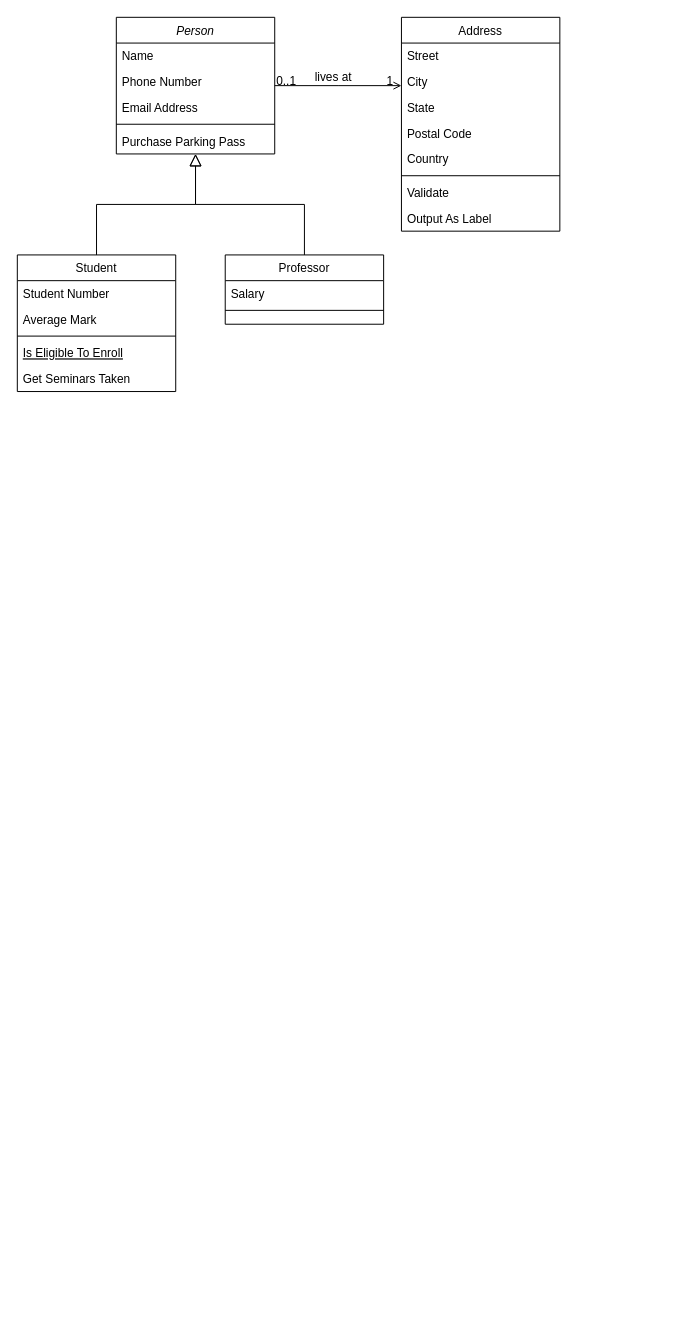
Earlier version of the draw.io diagram 未命名绘图.drawio (CrystalParaboy/cmu15445). Source tidied: cells renumbered, new cells numbered last; positions are measured from the earlier drawing's top-left corner, leaving out a move shared by most shapes. Both pictures are drawn from the tidied source at 99%, with x=0, y=0 at pixel (17, 17).
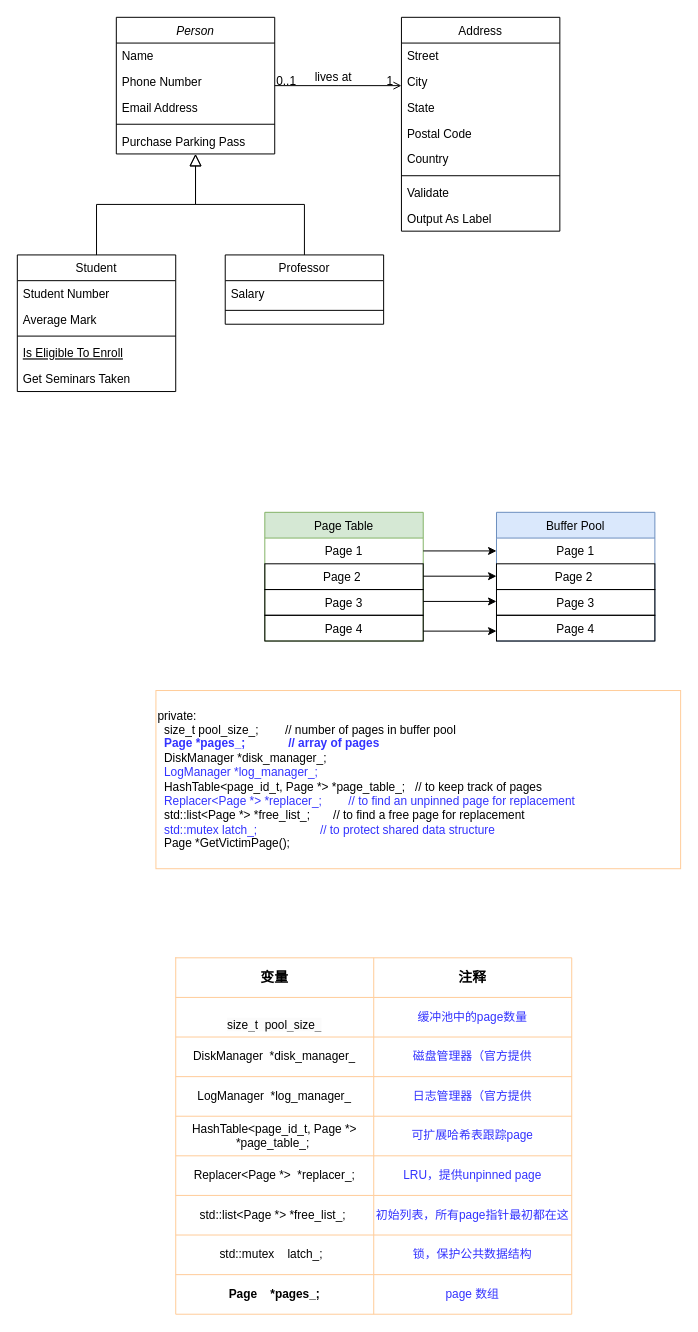
The same page after the edit.

Commit message:
buffer pool 结构图.drawio

The edit, as a diff of the source:
```diff
@@
+    <mxCell id="32" value="Page Table" style="swimlane;fontStyle=0;align=center;verticalAlign=top;horizontal=1;startSize=26;rounded=0;shadow=0;strokeWidth=1;fillColor=#d5e8d4;strokeColor=#82b366;" parent="1" vertex="1">
+      <mxGeometry x="250" y="500" width="160" height="130" as="geometry" />
+    </mxCell>
+    <mxCell id="33" value="Page 1&#10;" style="text;align=center;verticalAlign=top;spacingLeft=4;spacingRight=4;overflow=hidden;points=[[0,0.5],[1,0.5]];portConstraint=eastwest;" parent="32" vertex="1">
+      <mxGeometry y="26" width="160" height="26" as="geometry" />
+    </mxCell>
+    <mxCell id="34" value="Page 2 &#10;&#10;" style="text;align=center;verticalAlign=top;spacingLeft=4;spacingRight=4;overflow=hidden;rounded=0;shadow=0;html=0;strokeColor=default;" parent="32" vertex="1">
+      <mxGeometry y="52" width="160" height="26" as="geometry" />
+    </mxCell>
+    <mxCell id="35" value="Page 3" style="text;align=center;verticalAlign=top;spacingLeft=4;spacingRight=4;overflow=hidden;rounded=0;shadow=0;html=0;strokeColor=default;" parent="32" vertex="1">
+      <mxGeometry y="78" width="160" height="26" as="geometry" />
+    </mxCell>
+    <mxCell id="36" value="Page 4" style="text;align=center;verticalAlign=top;spacingLeft=4;spacingRight=4;overflow=hidden;rounded=0;shadow=0;html=0;strokeColor=default;" parent="32" vertex="1">
+      <mxGeometry y="104" width="160" height="26" as="geometry" />
+    </mxCell>
+    <mxCell id="37" value="Buffer Pool" style="swimlane;fontStyle=0;align=center;verticalAlign=top;horizontal=1;startSize=26;rounded=0;shadow=0;strokeWidth=1;fillColor=#dae8fc;strokeColor=#6c8ebf;" parent="1" vertex="1">
+      <mxGeometry x="484" y="500" width="160" height="130" as="geometry" />
+    </mxCell>
+    <mxCell id="38" value="Page 1&#10;" style="text;align=center;verticalAlign=top;spacingLeft=4;spacingRight=4;overflow=hidden;points=[[0,0.5],[1,0.5]];portConstraint=eastwest;" parent="37" vertex="1">
+      <mxGeometry y="26" width="160" height="26" as="geometry" />
+    </mxCell>
+    <mxCell id="39" value="Page 2 &#10;&#10;" style="text;align=center;verticalAlign=top;spacingLeft=4;spacingRight=4;overflow=hidden;rounded=0;shadow=0;html=0;strokeColor=default;" parent="37" vertex="1">
+      <mxGeometry y="52" width="160" height="26" as="geometry" />
+    </mxCell>
+    <mxCell id="40" value="Page 3" style="text;align=center;verticalAlign=top;spacingLeft=4;spacingRight=4;overflow=hidden;rounded=0;shadow=0;html=0;strokeColor=default;" parent="37" vertex="1">
+      <mxGeometry y="78" width="160" height="26" as="geometry" />
+    </mxCell>
+    <mxCell id="41" value="Page 4" style="text;align=center;verticalAlign=top;spacingLeft=4;spacingRight=4;overflow=hidden;rounded=0;shadow=0;html=0;strokeColor=default;" parent="37" vertex="1">
+      <mxGeometry y="104" width="160" height="26" as="geometry" />
+    </mxCell>
+    <mxCell id="42" style="endArrow=classic;html=1;rounded=0;exitX=1;exitY=0.5;exitDx=0;exitDy=0;entryX=0;entryY=0.5;entryDx=0;entryDy=0;" parent="1" edge="1" source="33" target="38">
+      <mxGeometry relative="1" as="geometry" />
+    </mxCell>
+    <mxCell id="43" style="endArrow=classic;html=1;rounded=0;exitX=1;exitY=0.5;exitDx=0;exitDy=0;entryX=0;entryY=0.5;entryDx=0;entryDy=0;sourcePerimeterSpacing=4;" parent="1" edge="1">
+      <mxGeometry relative="1" as="geometry">
+        <mxPoint x="410" y="564.5" as="sourcePoint" />
+        <mxPoint x="484" y="564.5" as="targetPoint" />
+      </mxGeometry>
+    </mxCell>
+    <mxCell id="44" style="endArrow=classic;html=1;rounded=0;exitX=1;exitY=0.5;exitDx=0;exitDy=0;entryX=0;entryY=0.5;entryDx=0;entryDy=0;" parent="1" edge="1">
+      <mxGeometry relative="1" as="geometry">
+        <mxPoint x="410" y="590" as="sourcePoint" />
+        <mxPoint x="484" y="590" as="targetPoint" />
+      </mxGeometry>
+    </mxCell>
+    <mxCell id="45" style="endArrow=classic;html=1;rounded=0;exitX=1;exitY=0.5;exitDx=0;exitDy=0;entryX=0;entryY=0.5;entryDx=0;entryDy=0;" parent="1" edge="1">
+      <mxGeometry relative="1" as="geometry">
+        <mxPoint x="410" y="620" as="sourcePoint" />
+        <mxPoint x="484" y="620" as="targetPoint" />
+      </mxGeometry>
+    </mxCell>
+    <mxCell id="46" value="&lt;div&gt;private:&lt;/div&gt;&lt;div&gt;&amp;nbsp; size_t pool_size_; &lt;span style=&quot;white-space: pre;&quot;&gt; &lt;/span&gt;&lt;span style=&quot;white-space: pre;&quot;&gt; &lt;/span&gt;&lt;span style=&quot;white-space: pre;&quot;&gt; &lt;/span&gt;&lt;span style=&quot;white-space: pre;&quot;&gt; &lt;/span&gt;&lt;span style=&quot;white-space: pre;&quot;&gt; &lt;span style=&quot;white-space: pre;&quot;&gt; &lt;/span&gt;&lt;span style=&quot;white-space: pre;&quot;&gt; &lt;/span&gt;&lt;/span&gt;// number of pages in buffer pool&lt;/div&gt;&lt;div&gt;&amp;nbsp; &lt;b&gt;&lt;font color=&quot;#3333ff&quot;&gt;Page *pages_;&amp;nbsp; &amp;nbsp; &amp;nbsp; &lt;span style=&quot;white-space: pre;&quot;&gt; &lt;/span&gt;&lt;span style=&quot;white-space: pre;&quot;&gt; &lt;/span&gt;&lt;span style=&quot;white-space: pre;&quot;&gt; &lt;/span&gt;&lt;span style=&quot;white-space: pre;&quot;&gt; &lt;/span&gt;&lt;span style=&quot;white-space: pre;&quot;&gt; &lt;span style=&quot;white-space: pre;&quot;&gt; &lt;/span&gt;&lt;span style=&quot;white-space: pre;&quot;&gt; &lt;/span&gt;&lt;/span&gt;// array of pages&lt;/font&gt;&lt;/b&gt;&lt;/div&gt;&lt;div&gt;&amp;nbsp; DiskManager *disk_manager_;&lt;/div&gt;&lt;div&gt;&amp;nbsp; &lt;font color=&quot;#3333ff&quot;&gt;LogManager *log_manager_;&lt;/font&gt;&lt;/div&gt;&lt;div&gt;&amp;nbsp; HashTable&amp;lt;page_id_t, Page *&amp;gt; *page_table_; &lt;span style=&quot;white-space: pre;&quot;&gt; &lt;span style=&quot;white-space: pre;&quot;&gt; &lt;/span&gt;&lt;/span&gt;// to keep track of pages&lt;/div&gt;&lt;div&gt;&amp;nbsp; &lt;font color=&quot;#3333ff&quot;&gt;Replacer&amp;lt;Page *&amp;gt; *replacer_;&amp;nbsp; &amp;nbsp;&lt;span style=&quot;white-space: pre;&quot;&gt; &lt;span style=&quot;white-space: pre;&quot;&gt; &lt;/span&gt;&lt;span style=&quot;white-space: pre;&quot;&gt; &lt;/span&gt;&lt;span style=&quot;white-space: pre;&quot;&gt; &lt;/span&gt;&lt;span style=&quot;white-space: pre;&quot;&gt; &lt;/span&gt;&lt;/span&gt;// to find an unpinned page for replacement&lt;/font&gt;&lt;/div&gt;&lt;div&gt;&amp;nbsp; std::list&amp;lt;Page *&amp;gt; *free_list_; &lt;span style=&quot;white-space: pre;&quot;&gt; &lt;/span&gt;&lt;span style=&quot;white-space: pre;&quot;&gt; &lt;span style=&quot;white-space: pre;&quot;&gt; &lt;/span&gt;&lt;span style=&quot;white-space: pre;&quot;&gt; &lt;/span&gt;&lt;span style=&quot;white-space: pre;&quot;&gt; &lt;/span&gt;&lt;span style=&quot;white-space: pre;&quot;&gt; &lt;/span&gt;&lt;/span&gt;// to find a free page for replacement&lt;/div&gt;&lt;div&gt;&lt;font color=&quot;#3333ff&quot;&gt;&amp;nbsp; std::mutex latch_;&amp;nbsp; &amp;nbsp; &amp;nbsp; &amp;nbsp; &amp;nbsp; &amp;nbsp; &amp;nbsp;&lt;span style=&quot;white-space: pre;&quot;&gt; &lt;/span&gt;&lt;span style=&quot;white-space: pre;&quot;&gt; &lt;/span&gt;&lt;span style=&quot;white-space: pre;&quot;&gt; &lt;/span&gt;&lt;span style=&quot;white-space: pre;&quot;&gt; &lt;/span&gt;&lt;span style=&quot;white-space: pre;&quot;&gt; &lt;/span&gt;&lt;span style=&quot;white-space: pre;&quot;&gt; &lt;/span&gt;// to protect shared data structure&lt;/font&gt;&lt;/div&gt;&lt;div&gt;&amp;nbsp; Page *GetVictimPage();&lt;/div&gt;" style="text;align=left;html=1;verticalAlign=middle;whiteSpace=wrap;rounded=0;strokeColor=#FFCC99;fillColor=default;" parent="1" vertex="1">
+      <mxGeometry x="140" y="680" width="530" height="180" as="geometry" />
+    </mxCell>
+    <mxCell id="47" style="shape=table;startSize=0;childLayout=tableLayout;strokeColor=#FFCC99;fontColor=#3333FF;fillColor=default;" parent="1" vertex="1">
+      <mxGeometry x="160" y="950" width="400" height="360" as="geometry" />
+    </mxCell>
+    <mxCell id="48" style="shape=tableRow;horizontal=0;startSize=0;swimlaneHead=0;swimlaneBody=0;top=0;left=0;bottom=0;right=0;fillColor=none;strokeColor=#FFCC99;fontColor=#3333FF;" parent="47" vertex="1">
+      <mxGeometry width="400" height="40" as="geometry" />
+    </mxCell>
+    <mxCell id="49" value="&lt;font size=&quot;1&quot; color=&quot;#000000&quot;&gt;&lt;b style=&quot;font-size: 14px;&quot;&gt;变量&lt;/b&gt;&lt;/font&gt;" style="shape=partialRectangle;html=1;whiteSpace=wrap;overflow=hidden;fillColor=none;top=0;left=0;bottom=0;right=0;strokeColor=#FFCC99;fontColor=#3333FF;" parent="48" vertex="1">
+      <mxGeometry width="200" height="40" as="geometry" />
+    </mxCell>
+    <mxCell id="50" value="&lt;font size=&quot;1&quot; color=&quot;#000000&quot;&gt;&lt;b style=&quot;font-size: 14px;&quot;&gt;注释&lt;/b&gt;&lt;/font&gt;" style="shape=partialRectangle;html=1;whiteSpace=wrap;overflow=hidden;fillColor=none;top=0;left=0;bottom=0;right=0;strokeColor=#FFCC99;fontColor=#3333FF;" parent="48" vertex="1">
+      <mxGeometry x="200" width="200" height="40" as="geometry" />
+    </mxCell>
+    <mxCell id="51" style="shape=tableRow;horizontal=0;startSize=0;swimlaneHead=0;swimlaneBody=0;top=0;left=0;bottom=0;right=0;fillColor=none;strokeColor=#FFCC99;fontColor=#3333FF;" parent="47" vertex="1">
+      <mxGeometry y="40" width="400" height="40" as="geometry" />
+    </mxCell>
+    <mxCell id="52" value="&lt;br&gt;&lt;span style=&quot;color: rgb(0, 0, 0); font-family: Helvetica; font-size: 12px; font-style: normal; font-variant-ligatures: normal; font-variant-caps: normal; font-weight: 400; letter-spacing: normal; orphans: 2; text-align: left; text-indent: 0px; text-transform: none; widows: 2; word-spacing: 0px; -webkit-text-stroke-width: 0px; background-color: rgb(251, 251, 251); text-decoration-thickness: initial; text-decoration-style: initial; text-decoration-color: initial; float: none; display: inline !important;&quot;&gt;size_t &lt;span style=&quot;white-space: pre;&quot;&gt; &lt;/span&gt;pool_size_&lt;/span&gt;&lt;br&gt;" style="shape=partialRectangle;html=1;whiteSpace=wrap;overflow=hidden;fillColor=none;top=0;left=0;bottom=0;right=0;strokeColor=#FFCC99;fontColor=#3333FF;" parent="51" vertex="1">
+      <mxGeometry width="200" height="40" as="geometry" />
+    </mxCell>
+    <mxCell id="53" value="&lt;div style=&quot;text-align: left;&quot;&gt;&lt;span style=&quot;background-color: initial;&quot;&gt;缓冲池中的page数量&lt;/span&gt;&lt;/div&gt;" style="shape=partialRectangle;html=1;whiteSpace=wrap;overflow=hidden;fillColor=none;top=0;left=0;bottom=0;right=0;strokeColor=#FFCC99;fontColor=#3333FF;" parent="51" vertex="1">
+      <mxGeometry x="200" width="200" height="40" as="geometry" />
+    </mxCell>
+    <mxCell id="54" style="shape=tableRow;horizontal=0;startSize=0;swimlaneHead=0;swimlaneBody=0;top=0;left=0;bottom=0;right=0;fillColor=none;strokeColor=#FFCC99;fontColor=#3333FF;" parent="47" vertex="1">
+      <mxGeometry y="80" width="400" height="40" as="geometry" />
+    </mxCell>
+    <mxCell id="55" value="&lt;span style=&quot;color: rgb(0, 0, 0); text-align: left;&quot;&gt;DiskManager&lt;span style=&quot;white-space: pre;&quot;&gt; &lt;/span&gt; *disk_manager_&lt;/span&gt;" style="shape=partialRectangle;html=1;whiteSpace=wrap;overflow=hidden;fillColor=none;top=0;left=0;bottom=0;right=0;strokeColor=#FFCC99;fontColor=#3333FF;" parent="54" vertex="1">
+      <mxGeometry width="200" height="40" as="geometry" />
+    </mxCell>
+    <mxCell id="56" value="磁盘管理器（官方提供" style="shape=partialRectangle;html=1;whiteSpace=wrap;overflow=hidden;fillColor=none;top=0;left=0;bottom=0;right=0;strokeColor=#FFCC99;fontColor=#3333FF;" parent="54" vertex="1">
+      <mxGeometry x="200" width="200" height="40" as="geometry" />
+    </mxCell>
+    <mxCell id="57" style="shape=tableRow;horizontal=0;startSize=0;swimlaneHead=0;swimlaneBody=0;top=0;left=0;bottom=0;right=0;fillColor=none;strokeColor=#FFCC99;fontColor=#3333FF;" parent="47" vertex="1">
+      <mxGeometry y="120" width="400" height="40" as="geometry" />
+    </mxCell>
+    <mxCell id="58" value="&lt;span style=&quot;text-align: left;&quot;&gt;&lt;font color=&quot;#000000&quot;&gt;LogManager &lt;span style=&quot;white-space: pre;&quot;&gt; &lt;/span&gt;*log_manager_&lt;/font&gt;&lt;/span&gt;" style="shape=partialRectangle;html=1;whiteSpace=wrap;overflow=hidden;fillColor=none;top=0;left=0;bottom=0;right=0;strokeColor=#FFCC99;fontColor=#3333FF;" parent="57" vertex="1">
+      <mxGeometry width="200" height="40" as="geometry" />
+    </mxCell>
+    <mxCell id="59" value="日志管理器（官方提供" style="shape=partialRectangle;html=1;whiteSpace=wrap;overflow=hidden;fillColor=none;top=0;left=0;bottom=0;right=0;strokeColor=#FFCC99;fontColor=#3333FF;" parent="57" vertex="1">
+      <mxGeometry x="200" width="200" height="40" as="geometry" />
+    </mxCell>
+    <mxCell id="60" style="shape=tableRow;horizontal=0;startSize=0;swimlaneHead=0;swimlaneBody=0;top=0;left=0;bottom=0;right=0;fillColor=none;strokeColor=#FFCC99;fontColor=#3333FF;" parent="47" vertex="1">
+      <mxGeometry y="160" width="400" height="40" as="geometry" />
+    </mxCell>
+    <mxCell id="61" value="&lt;span style=&quot;color: rgb(0, 0, 0); text-align: left;&quot;&gt;HashTable&amp;lt;page_id_t, Page *&amp;gt; *page_table_;&amp;nbsp;&lt;/span&gt;" style="shape=partialRectangle;html=1;whiteSpace=wrap;overflow=hidden;fillColor=none;top=0;left=0;bottom=0;right=0;strokeColor=#FFCC99;fontColor=#3333FF;" parent="60" vertex="1">
+      <mxGeometry width="200" height="40" as="geometry" />
+    </mxCell>
+    <mxCell id="62" value="可扩展哈希表跟踪page" style="shape=partialRectangle;html=1;whiteSpace=wrap;overflow=hidden;fillColor=none;top=0;left=0;bottom=0;right=0;strokeColor=#FFCC99;fontColor=#3333FF;" parent="60" vertex="1">
+      <mxGeometry x="200" width="200" height="40" as="geometry" />
+    </mxCell>
+    <mxCell id="63" style="shape=tableRow;horizontal=0;startSize=0;swimlaneHead=0;swimlaneBody=0;top=0;left=0;bottom=0;right=0;fillColor=none;strokeColor=#FFCC99;fontColor=#3333FF;" parent="47" vertex="1">
+      <mxGeometry y="200" width="400" height="40" as="geometry" />
+    </mxCell>
+    <mxCell id="64" value="&lt;font color=&quot;#000000&quot;&gt;&lt;span style=&quot;text-align: left;&quot;&gt;&amp;nbsp;&lt;/span&gt;&lt;font style=&quot;border-color: var(--border-color); text-align: left;&quot;&gt;Replacer&amp;lt;Page *&amp;gt; &lt;span style=&quot;white-space: pre;&quot;&gt; &lt;/span&gt;*replacer_;&amp;nbsp;&lt;/font&gt;&lt;/font&gt;" style="shape=partialRectangle;html=1;whiteSpace=wrap;overflow=hidden;fillColor=none;top=0;left=0;bottom=0;right=0;strokeColor=#FFCC99;fontColor=#3333FF;" parent="63" vertex="1">
+      <mxGeometry width="200" height="40" as="geometry" />
+    </mxCell>
+    <mxCell id="65" value="LRU，提供unpinned page" style="shape=partialRectangle;html=1;whiteSpace=wrap;overflow=hidden;fillColor=none;top=0;left=0;bottom=0;right=0;strokeColor=#FFCC99;fontColor=#3333FF;" parent="63" vertex="1">
+      <mxGeometry x="200" width="200" height="40" as="geometry" />
+    </mxCell>
+    <mxCell id="66" style="shape=tableRow;horizontal=0;startSize=0;swimlaneHead=0;swimlaneBody=0;top=0;left=0;bottom=0;right=0;fillColor=none;strokeColor=#FFCC99;fontColor=#3333FF;" parent="47" vertex="1">
+      <mxGeometry y="240" width="400" height="40" as="geometry" />
+    </mxCell>
+    <mxCell id="67" value="&lt;span style=&quot;color: rgb(0, 0, 0); text-align: left;&quot;&gt;std::list&amp;lt;Page *&amp;gt; *free_list_;&amp;nbsp;&lt;/span&gt;&lt;span style=&quot;border-color: var(--border-color); color: rgb(0, 0, 0); text-align: left;&quot;&gt; &lt;/span&gt;" style="shape=partialRectangle;html=1;whiteSpace=wrap;overflow=hidden;fillColor=none;top=0;left=0;bottom=0;right=0;strokeColor=#FFCC99;fontColor=#3333FF;" parent="66" vertex="1">
+      <mxGeometry width="200" height="40" as="geometry" />
+    </mxCell>
+    <mxCell id="68" value="初始列表，所有page指针最初都在这" style="shape=partialRectangle;html=1;whiteSpace=wrap;overflow=hidden;fillColor=none;top=0;left=0;bottom=0;right=0;strokeColor=#FFCC99;fontColor=#3333FF;" parent="66" vertex="1">
+      <mxGeometry x="200" width="200" height="40" as="geometry" />
+    </mxCell>
+    <mxCell id="69" style="shape=tableRow;horizontal=0;startSize=0;swimlaneHead=0;swimlaneBody=0;top=0;left=0;bottom=0;right=0;fillColor=none;strokeColor=#FFCC99;fontColor=#3333FF;" parent="47" vertex="1">
+      <mxGeometry y="280" width="400" height="40" as="geometry" />
+    </mxCell>
+    <mxCell id="70" value="&lt;span style=&quot;text-align: left;&quot;&gt;&lt;font color=&quot;#000000&quot;&gt;std::mutex&amp;nbsp; &amp;nbsp; latch_;&amp;nbsp;&amp;nbsp;&lt;/font&gt;&lt;/span&gt;" style="shape=partialRectangle;html=1;whiteSpace=wrap;overflow=hidden;fillColor=none;top=0;left=0;bottom=0;right=0;strokeColor=#FFCC99;fontColor=#3333FF;" parent="69" vertex="1">
+      <mxGeometry width="200" height="40" as="geometry" />
+    </mxCell>
+    <mxCell id="71" value="锁，保护公共数据结构" style="shape=partialRectangle;html=1;whiteSpace=wrap;overflow=hidden;fillColor=none;top=0;left=0;bottom=0;right=0;strokeColor=#FFCC99;fontColor=#3333FF;" parent="69" vertex="1">
+      <mxGeometry x="200" width="200" height="40" as="geometry" />
+    </mxCell>
+    <mxCell id="72" style="shape=tableRow;horizontal=0;startSize=0;swimlaneHead=0;swimlaneBody=0;top=0;left=0;bottom=0;right=0;fillColor=none;strokeColor=#FFCC99;fontColor=#3333FF;" parent="47" vertex="1">
+      <mxGeometry y="320" width="400" height="40" as="geometry" />
+    </mxCell>
+    <mxCell id="73" value="&lt;b style=&quot;border-color: var(--border-color); text-align: left;&quot;&gt;&lt;font color=&quot;#000000&quot; style=&quot;border-color: var(--border-color);&quot;&gt;Page&amp;nbsp; &amp;nbsp; *pages_;&lt;/font&gt;&lt;/b&gt;" style="shape=partialRectangle;html=1;whiteSpace=wrap;overflow=hidden;fillColor=none;top=0;left=0;bottom=0;right=0;strokeColor=#FFCC99;fontColor=#3333FF;" parent="72" vertex="1">
+      <mxGeometry width="200" height="40" as="geometry" />
+    </mxCell>
+    <mxCell id="74" value="page 数组" style="shape=partialRectangle;html=1;whiteSpace=wrap;overflow=hidden;fillColor=none;top=0;left=0;bottom=0;right=0;strokeColor=#FFCC99;fontColor=#3333FF;" parent="72" vertex="1">
+      <mxGeometry x="200" width="200" height="40" as="geometry" />
+    </mxCell>
```
